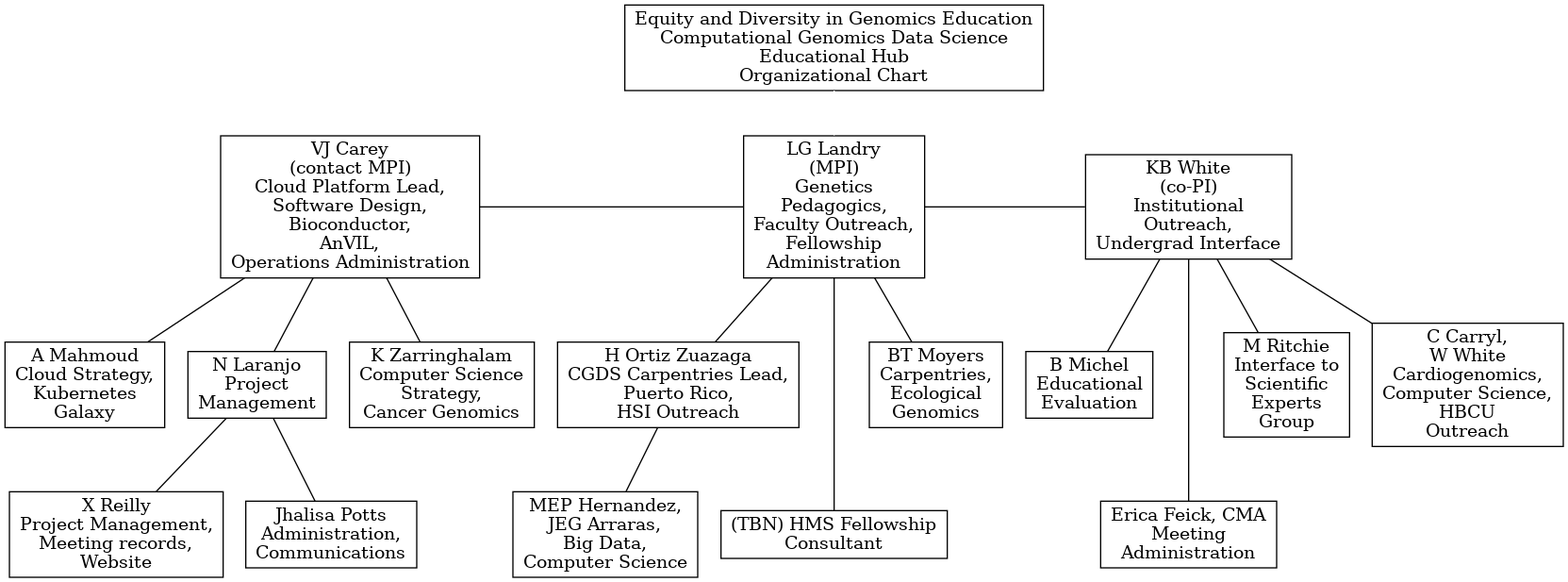
The Graphviz diagram edge2.png in vjcitn/orgcharts, before a commit. Its source is kept beside it as edge2.dot.
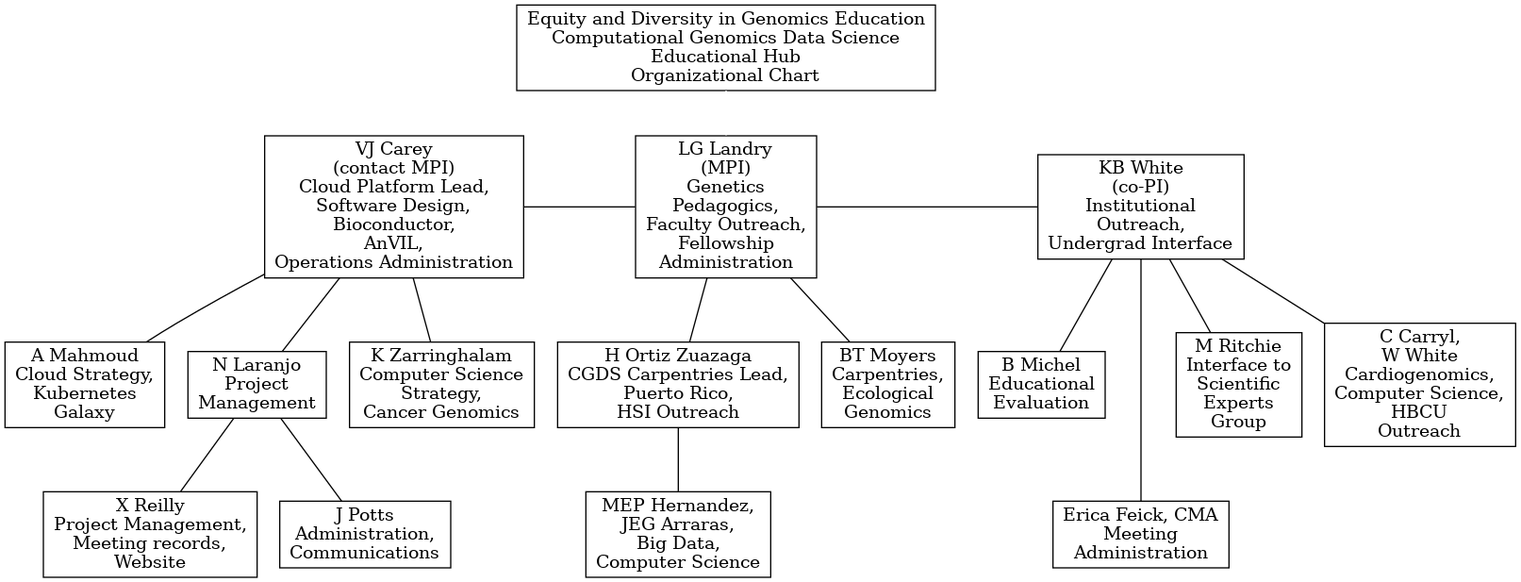
Later version of the same file.

Diff of the diagram source:
```diff
@@ -6,7 +6,7 @@
 	d -- h;
 	d -- i;
         e -- j;
-	e -- k;
+/*	e -- k; */
 	e -- l;
         f -- m;
         f -- s;
@@ -23,16 +23,16 @@
         h [label = "N Laranjo\nProject\nManagement"];
         i [label = "K Zarringhalam\nComputer Science\nStrategy,\nCancer Genomics"];
         j [label = "H Ortiz Zuazaga\nCGDS Carpentries Lead,\nPuerto Rico,\nHSI Outreach"];
-        k [label = "(TBN) HMS Fellowship\nConsultant"];
+/*        k [label = "(TBN) HMS Fellowship\nConsultant"]; */
         l [label = "BT Moyers\nCarpentries,\nEcological\nGenomics"];
         m [label = "B Michel\nEducational\nEvaluation"];
         n [label = "M Ritchie\nInterface to\nScientific\nExperts\nGroup"];
         o [label = "C Carryl,\nW White\nCardiogenomics,\nComputer Science,\nHBCU\nOutreach"];
         p [label = "X Reilly\nProject Management,\nMeeting records,\nWebsite"];
         q [label = "MEP Hernandez,\nJEG Arraras,\nBig Data,\nComputer Science"];
-        r [label = "Jhalisa Potts\nAdministration,\nCommunications"];
+        r [label = "J Potts\nAdministration,\nCommunications"];
         s [label = "Erica Feick, CMA\nMeeting\nAdministration"];
 {rank=same; d e f}
 {rank=same; g h i j l m n o}
-{rank=same; k p q s}
+{rank=same; /* k */ p q s}
 }
```
